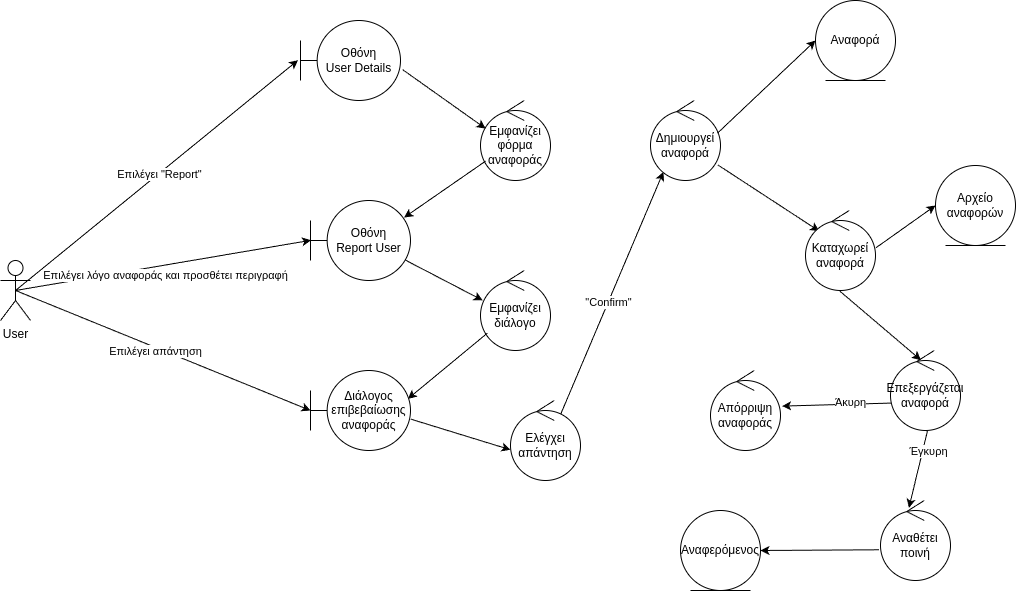
Above: reports/report-user-robustness.drawio.png in YannisRavasopoulos/ProjectSD_S6 (draw.io), before the change. Source tidied: cells renumbered, new cells last; positions are measured from the earlier drawing's top-left corner, leaving out a move shared by most shapes.
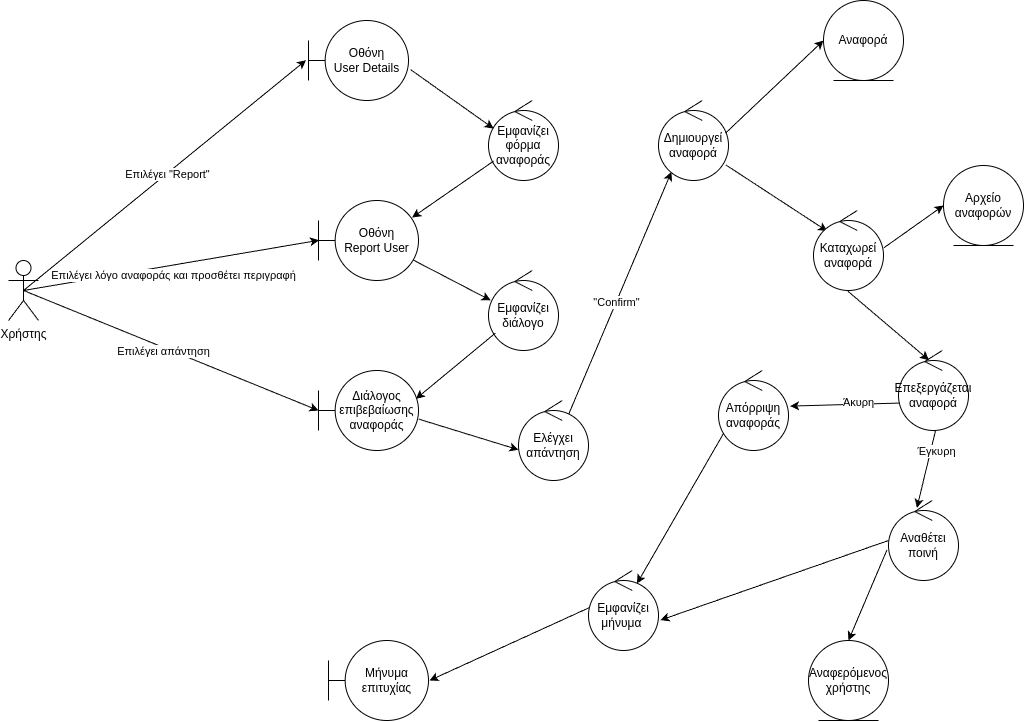
The same file after the commit.

Commit message:
report-user success message

Change to the diagram source:
```diff
@@ -2,7 +2,7 @@
   <root>
     <mxCell id="0" />
     <mxCell id="1" parent="0" />
-    <mxCell id="2" value="User" style="shape=umlActor;verticalLabelPosition=bottom;verticalAlign=top;html=1;" parent="1" vertex="1">
+    <mxCell id="2" value="Χρήστης" style="shape=umlActor;verticalLabelPosition=bottom;verticalAlign=top;html=1;" parent="1" vertex="1">
       <mxGeometry y="260" width="30" height="60" as="geometry" />
     </mxCell>
     <mxCell id="3" value="Οθόνη&lt;br&gt;User Details" style="shape=umlBoundary;whiteSpace=wrap;html=1;" parent="1" vertex="1">
@@ -90,10 +90,10 @@
         <mxPoint x="7" as="offset" />
       </mxGeometry>
     </mxCell>
-    <mxCell id="30" value="Αναφερόμενος" style="ellipse;shape=umlEntity;whiteSpace=wrap;html=1;" parent="1" vertex="1">
-      <mxGeometry x="680" y="510" width="80" height="80" as="geometry" />
+    <mxCell id="30" value="Αναφερόμενος&lt;br&gt;χρήστης" style="ellipse;shape=umlEntity;whiteSpace=wrap;html=1;" parent="1" vertex="1">
+      <mxGeometry x="800" y="640" width="80" height="80" as="geometry" />
     </mxCell>
-    <mxCell id="31" style="endArrow=classic;html=1;rounded=0;exitX=-0.021;exitY=0.616;exitDx=0;exitDy=0;exitPerimeter=0;entryX=1;entryY=0.5;entryDx=0;entryDy=0;" parent="1" edge="1" source="27" target="30">
+    <mxCell id="31" style="endArrow=classic;html=1;rounded=0;exitX=-0.021;exitY=0.616;exitDx=0;exitDy=0;exitPerimeter=0;entryX=0.5;entryY=0;entryDx=0;entryDy=0;" parent="1" edge="1" source="27" target="30">
       <mxGeometry relative="1" as="geometry" />
     </mxCell>
     <mxCell id="32" style="endArrow=classic;html=1;exitX=0.5;exitY=0.5;exitDx=0;exitDy=0;exitPerimeter=0;entryX=0;entryY=0.5;entryDx=0;entryDy=0;entryPerimeter=0;" parent="1" edge="1" source="2" target="15">
@@ -117,5 +117,20 @@
     <mxCell id="38" style="endArrow=classic;html=1;exitX=0.49;exitY=1.008;exitDx=0;exitDy=0;exitPerimeter=0;entryX=0.435;entryY=0.121;entryDx=0;entryDy=0;entryPerimeter=0;" parent="1" edge="1" source="24" target="37">
       <mxGeometry relative="1" as="geometry" />
     </mxCell>
+    <mxCell id="39" style="endArrow=classic;html=1;exitX=0.071;exitY=0.788;exitDx=0;exitDy=0;exitPerimeter=0;entryX=0.693;entryY=0.163;entryDx=0;entryDy=0;entryPerimeter=0;" parent="1" edge="1" source="34" target="41">
+      <mxGeometry relative="1" as="geometry" />
+    </mxCell>
+    <mxCell id="40" style="endArrow=classic;html=1;exitX=0;exitY=0.5;exitDx=0;exitDy=0;exitPerimeter=0;entryX=1.028;entryY=0.62;entryDx=0;entryDy=0;entryPerimeter=0;" parent="1" edge="1" source="27" target="41">
+      <mxGeometry relative="1" as="geometry" />
+    </mxCell>
+    <mxCell id="41" value="Εμφανίζει&lt;div&gt;μήνυμα&amp;nbsp;&lt;/div&gt;" style="ellipse;shape=umlControl;whiteSpace=wrap;html=1;" parent="1" vertex="1">
+      <mxGeometry x="580" y="570" width="70" height="80" as="geometry" />
+    </mxCell>
+    <mxCell id="42" value="Μήνυμα&lt;div&gt;επιτυχίας&lt;/div&gt;" style="shape=umlBoundary;whiteSpace=wrap;html=1;" parent="1" vertex="1">
+      <mxGeometry x="320" y="640" width="100" height="80" as="geometry" />
+    </mxCell>
+    <mxCell id="43" style="endArrow=classic;html=1;exitX=0.014;exitY=0.463;exitDx=0;exitDy=0;exitPerimeter=0;entryX=1.01;entryY=0.5;entryDx=0;entryDy=0;entryPerimeter=0;" parent="1" edge="1" source="41" target="42">
+      <mxGeometry relative="1" as="geometry" />
+    </mxCell>
   </root>
 </mxGraphModel>
```
